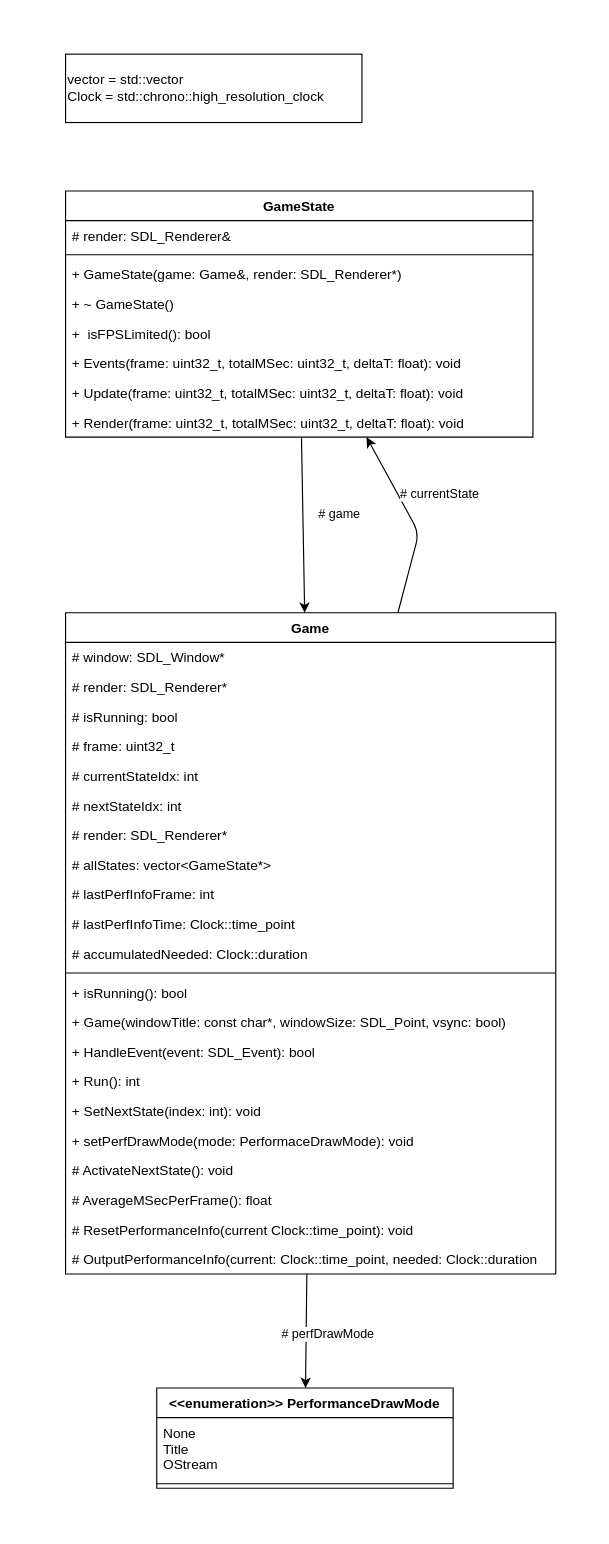
Before: classdiagram.drawio in Universumgames/cube_puzzle, a draw.io diagram. Source tidied: cells renumbered, new cells numbered last; positions are measured from the earlier drawing's top-left corner, leaving out a move shared by most shapes. Both pictures are drawn from the tidied source at 114%, with x=0, y=0 at pixel (19, 19).
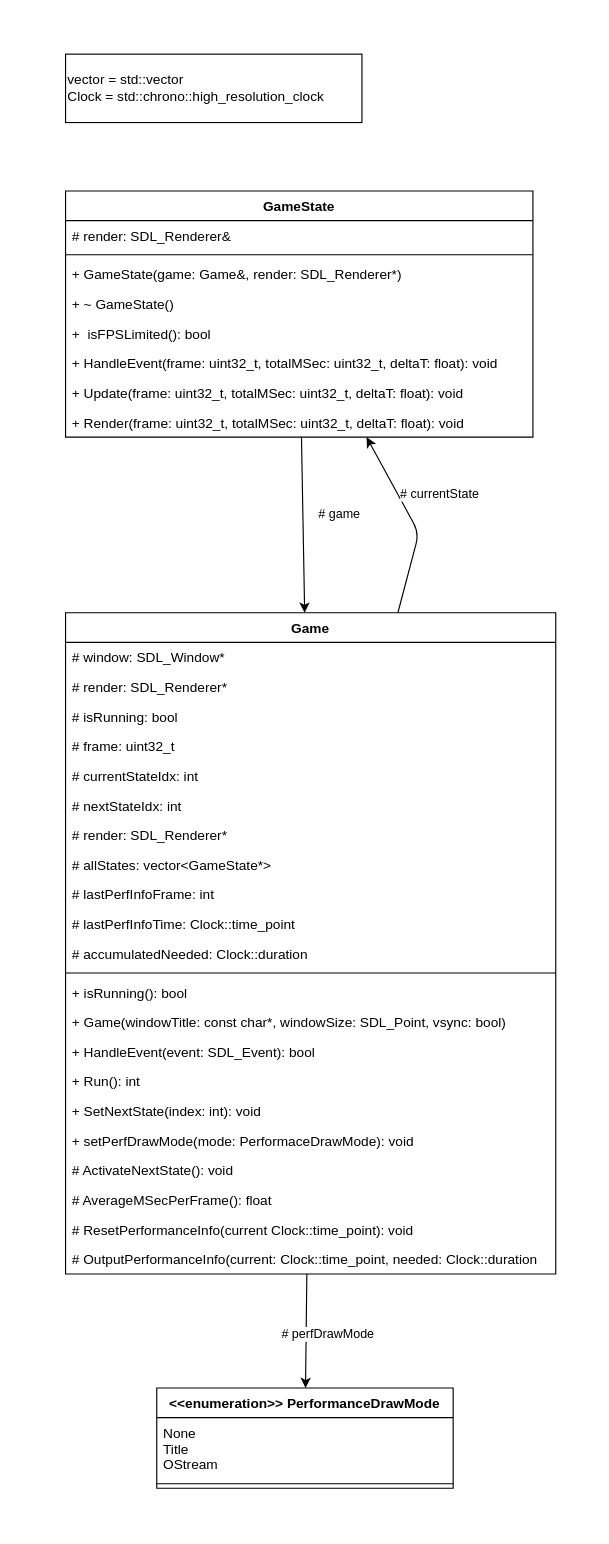
The same page after the edit.

Unchanged cells that the change refers to:
```xml
<mxCell id="29" value="GameState" style="swimlane;fontStyle=1;align=center;verticalAlign=top;horizontal=1;startSize=26;gradientColor=none;" parent="1" vertex="1">
  <mxGeometry x="40" y="150" width="410" height="216" as="geometry" />
</mxCell>
```

The edit, as a diff of the source:
```diff
@@
-    <mxCell id="35" value="+ Events(frame: uint32_t, totalMSec: uint32_t, deltaT: float): void" style="text;strokeColor=none;fillColor=none;align=left;verticalAlign=top;spacingLeft=4;spacingRight=4;overflow=hidden;" parent="29" vertex="1">
+    <mxCell id="35" value="+ HandleEvent(frame: uint32_t, totalMSec: uint32_t, deltaT: float): void" style="text;strokeColor=none;fillColor=none;align=left;verticalAlign=top;spacingLeft=4;spacingRight=4;overflow=hidden;" parent="29" vertex="1">
       <mxGeometry y="138" width="410" height="26" as="geometry" />
     </mxCell>
```
